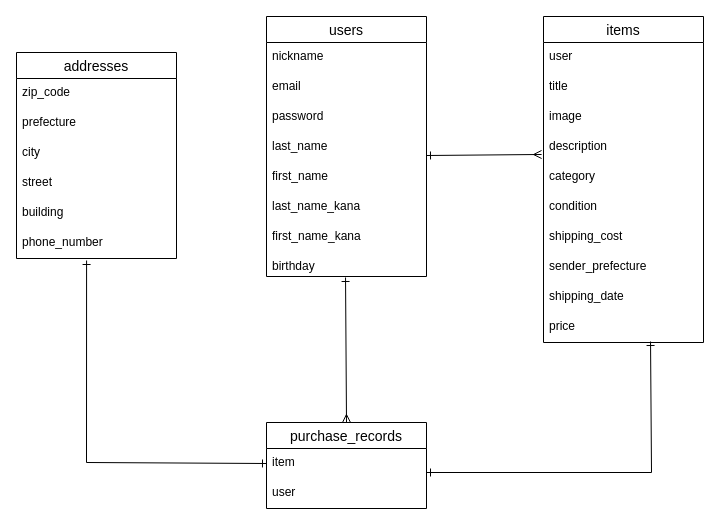
The draw.io diagram database.dio in shigekiy/furima-40847, before the edit. Source tidied: cells renumbered, new cells numbered last; positions are measured from the earlier drawing's top-left corner, leaving out a move shared by most shapes. Both pictures are drawn from the tidied source at 100%, with x=0, y=0 at pixel (16, 16).
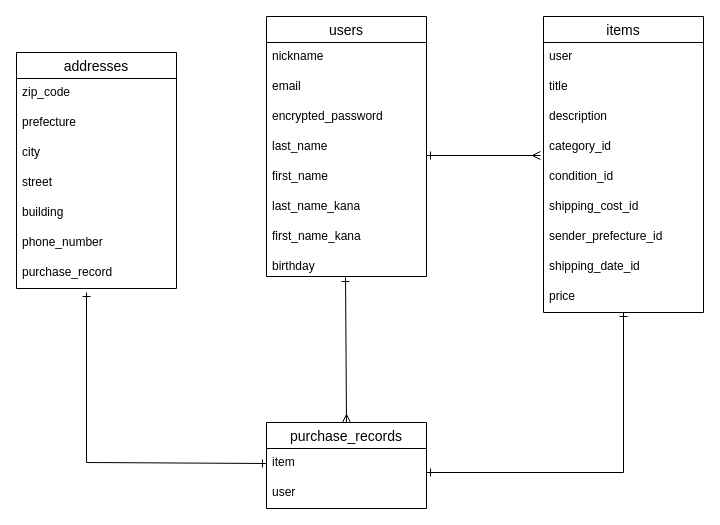
After the change.

Commit message (it also covers changes not shown here):
データベース設計 #3を修正

Unchanged cells that the change refers to:
```xml
<mxCell id="2" value="users" style="swimlane;fontStyle=0;horizontal=1;startSize=26;align=center;fontSize=14;" parent="1" vertex="1">
  <mxGeometry x="250" width="160" height="260" as="geometry" />
</mxCell>
<mxCell id="6" value="last_name&#10;" style="text;strokeColor=none;fillColor=none;spacingLeft=4;spacingRight=4;overflow=hidden;points=[[0,0.5],[1,0.5]];portConstraint=eastwest;fontSize=12;" parent="2" vertex="1">
  <mxGeometry y="116" width="160" height="30" as="geometry" />
</mxCell>
<mxCell id="23" value="item" style="text;strokeColor=none;fillColor=none;spacingLeft=4;spacingRight=4;overflow=hidden;points=[[0,0.5],[1,0.5]];portConstraint=eastwest;fontSize=12;" parent="22" vertex="1">
  <mxGeometry y="26" width="160" height="30" as="geometry" />
</mxCell>
<mxCell id="31" value="phone_number" style="text;strokeColor=none;fillColor=none;spacingLeft=4;spacingRight=4;overflow=hidden;points=[[0,0.5],[1,0.5]];portConstraint=eastwest;fontSize=12;" parent="25" vertex="1">
  <mxGeometry y="176" width="160" height="30" as="geometry" />
</mxCell>
```

Change to the diagram source:
```diff
@@
-    <mxCell id="5" value="password" style="text;strokeColor=none;fillColor=none;spacingLeft=4;spacingRight=4;overflow=hidden;fontSize=12;" parent="2" vertex="1">
+    <mxCell id="5" value="encrypted_password" style="text;strokeColor=none;fillColor=none;spacingLeft=4;spacingRight=4;overflow=hidden;fontSize=12;" parent="2" vertex="1">
       <mxGeometry y="86" width="160" height="30" as="geometry" />
     </mxCell>
@@
     <mxCell id="11" value="items" style="swimlane;fontStyle=0;horizontal=1;startSize=26;align=center;fontSize=14;" parent="1" vertex="1">
-      <mxGeometry x="527" width="160" height="326" as="geometry" />
+      <mxGeometry x="527" width="160" height="296" as="geometry" />
     </mxCell>
@@
-    <mxCell id="14" value="image" style="text;strokeColor=none;fillColor=none;spacingLeft=4;spacingRight=4;overflow=hidden;fontSize=12;" parent="11" vertex="1">
-      <mxGeometry y="86" width="160" height="30" as="geometry" />
-    </mxCell>
     <mxCell id="15" value="description" style="text;strokeColor=none;fillColor=none;spacingLeft=4;spacingRight=4;overflow=hidden;points=[[0,0.5],[1,0.5]];portConstraint=eastwest;fontSize=12;" parent="11" vertex="1">
-      <mxGeometry y="116" width="160" height="30" as="geometry" />
+      <mxGeometry y="86" width="160" height="30" as="geometry" />
     </mxCell>
-    <mxCell id="16" value="category" style="text;strokeColor=none;fillColor=none;spacingLeft=4;spacingRight=4;overflow=hidden;points=[[0,0.5],[1,0.5]];portConstraint=eastwest;fontSize=12;" parent="11" vertex="1">
-      <mxGeometry y="146" width="160" height="30" as="geometry" />
+    <mxCell id="16" value="category_id" style="text;strokeColor=none;fillColor=none;spacingLeft=4;spacingRight=4;overflow=hidden;points=[[0,0.5],[1,0.5]];portConstraint=eastwest;fontSize=12;" parent="11" vertex="1">
+      <mxGeometry y="116" width="160" height="30" as="geometry" />
     </mxCell>
-    <mxCell id="17" value="condition" style="text;strokeColor=none;fillColor=none;spacingLeft=4;spacingRight=4;overflow=hidden;fontSize=12;" parent="11" vertex="1">
-      <mxGeometry y="176" width="160" height="30" as="geometry" />
+    <mxCell id="17" value="condition_id" style="text;strokeColor=none;fillColor=none;spacingLeft=4;spacingRight=4;overflow=hidden;fontSize=12;" parent="11" vertex="1">
+      <mxGeometry y="146" width="160" height="30" as="geometry" />
     </mxCell>
-    <mxCell id="18" value="shipping_cost" style="text;strokeColor=none;fillColor=none;spacingLeft=4;spacingRight=4;overflow=hidden;fontSize=12;" parent="11" vertex="1">
-      <mxGeometry y="206" width="160" height="30" as="geometry" />
+    <mxCell id="18" value="shipping_cost_id" style="text;strokeColor=none;fillColor=none;spacingLeft=4;spacingRight=4;overflow=hidden;fontSize=12;" parent="11" vertex="1">
+      <mxGeometry y="176" width="160" height="30" as="geometry" />
     </mxCell>
-    <mxCell id="19" value="sender_prefecture" style="text;strokeColor=none;fillColor=none;spacingLeft=4;spacingRight=4;overflow=hidden;fontSize=12;" parent="11" vertex="1">
-      <mxGeometry y="236" width="160" height="30" as="geometry" />
+    <mxCell id="19" value="sender_prefecture_id" style="text;strokeColor=none;fillColor=none;spacingLeft=4;spacingRight=4;overflow=hidden;fontSize=12;" parent="11" vertex="1">
+      <mxGeometry y="206" width="160" height="30" as="geometry" />
     </mxCell>
-    <mxCell id="20" value="shipping_date" style="text;strokeColor=none;fillColor=none;spacingLeft=4;spacingRight=4;overflow=hidden;fontSize=12;" parent="11" vertex="1">
-      <mxGeometry y="266" width="160" height="30" as="geometry" />
+    <mxCell id="20" value="shipping_date_id" style="text;strokeColor=none;fillColor=none;spacingLeft=4;spacingRight=4;overflow=hidden;fontSize=12;" parent="11" vertex="1">
+      <mxGeometry y="236" width="160" height="30" as="geometry" />
     </mxCell>
     <mxCell id="21" value="price" style="text;strokeColor=none;fillColor=none;spacingLeft=4;spacingRight=4;overflow=hidden;points=[[0,0.5],[1,0.5]];portConstraint=eastwest;fontSize=12;" parent="11" vertex="1">
-      <mxGeometry y="296" width="160" height="30" as="geometry" />
+      <mxGeometry y="266" width="160" height="30" as="geometry" />
     </mxCell>
@@
     <mxCell id="25" value="addresses" style="swimlane;fontStyle=0;horizontal=1;startSize=26;align=center;fontSize=14;" parent="1" vertex="1">
-      <mxGeometry y="36" width="160" height="206" as="geometry" />
+      <mxGeometry y="36" width="160" height="236" as="geometry" />
     </mxCell>
@@
+    <mxCell id="36" value="purchase_record" style="text;strokeColor=none;fillColor=none;spacingLeft=4;spacingRight=4;overflow=hidden;fontSize=12;strokeWidth=0;" parent="25" vertex="1">
+      <mxGeometry y="206" width="160" height="30" as="geometry" />
+    </mxCell>
@@
-    <mxCell id="33" style="endArrow=ERmany;html=1;rounded=0;startArrow=ERone;startFill=0;endFill=0;exitX=1;exitY=0.767;exitDx=0;exitDy=0;exitPerimeter=0;entryX=-0.012;entryY=0.733;entryDx=0;entryDy=0;entryPerimeter=0;" parent="1" edge="1" source="6" target="15">
+    <mxCell id="33" style="endArrow=ERmany;html=1;rounded=0;startArrow=ERone;startFill=0;endFill=0;exitX=1;exitY=0.767;exitDx=0;exitDy=0;exitPerimeter=0;entryX=-0.019;entryY=0.767;entryDx=0;entryDy=0;entryPerimeter=0;" parent="1" edge="1" source="6" target="16">
       <mxGeometry relative="1" as="geometry" />
     </mxCell>
-    <mxCell id="34" style="endArrow=ERone;html=1;rounded=0;startArrow=ERone;startFill=0;endFill=0;entryX=0.669;entryY=0.967;entryDx=0;entryDy=0;entryPerimeter=0;" parent="1" edge="1" target="21">
+    <mxCell id="34" style="endArrow=ERone;html=1;rounded=0;startArrow=ERone;startFill=0;endFill=0;" parent="1" edge="1" target="21">
       <mxGeometry relative="1" as="geometry">
         <mxPoint x="410" y="456" as="sourcePoint" />
         <Array as="points">
-          <mxPoint x="635" y="456" />
+          <mxPoint x="607" y="456" />
         </Array>
       </mxGeometry>
     </mxCell>
-    <mxCell id="35" style="endArrow=ERone;html=1;rounded=0;entryX=0;entryY=0.5;entryDx=0;entryDy=0;exitX=0.438;exitY=1.067;exitDx=0;exitDy=0;exitPerimeter=0;startArrow=ERone;startFill=0;endFill=0;" parent="1" edge="1" source="31" target="23">
+    <mxCell id="35" style="endArrow=ERone;html=1;rounded=0;entryX=0;entryY=0.5;entryDx=0;entryDy=0;startArrow=ERone;startFill=0;endFill=0;" parent="1" edge="1" target="23">
       <mxGeometry relative="1" as="geometry">
+        <mxPoint x="70" y="276" as="sourcePoint" />
         <Array as="points">
           <mxPoint x="70" y="446" />
         </Array>
       </mxGeometry>
     </mxCell>
```
